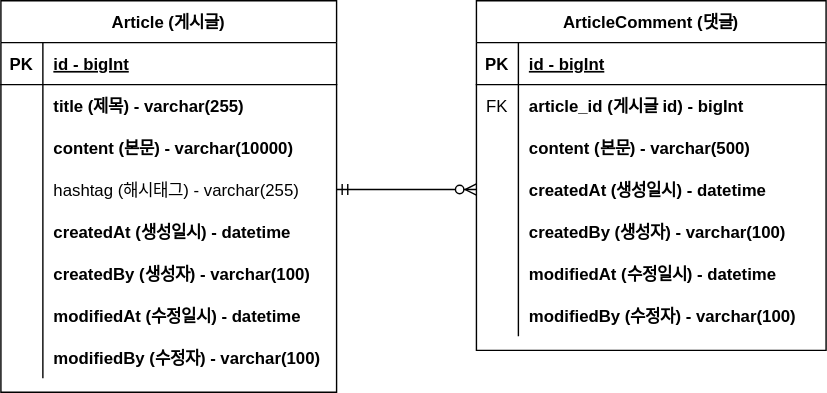
Above: document/project-board-erd.svg in dino-park/study-project-board (draw.io), before the change. Source tidied: cells renumbered, new cells last; positions are measured from the earlier drawing's top-left corner, leaving out a move shared by most shapes.
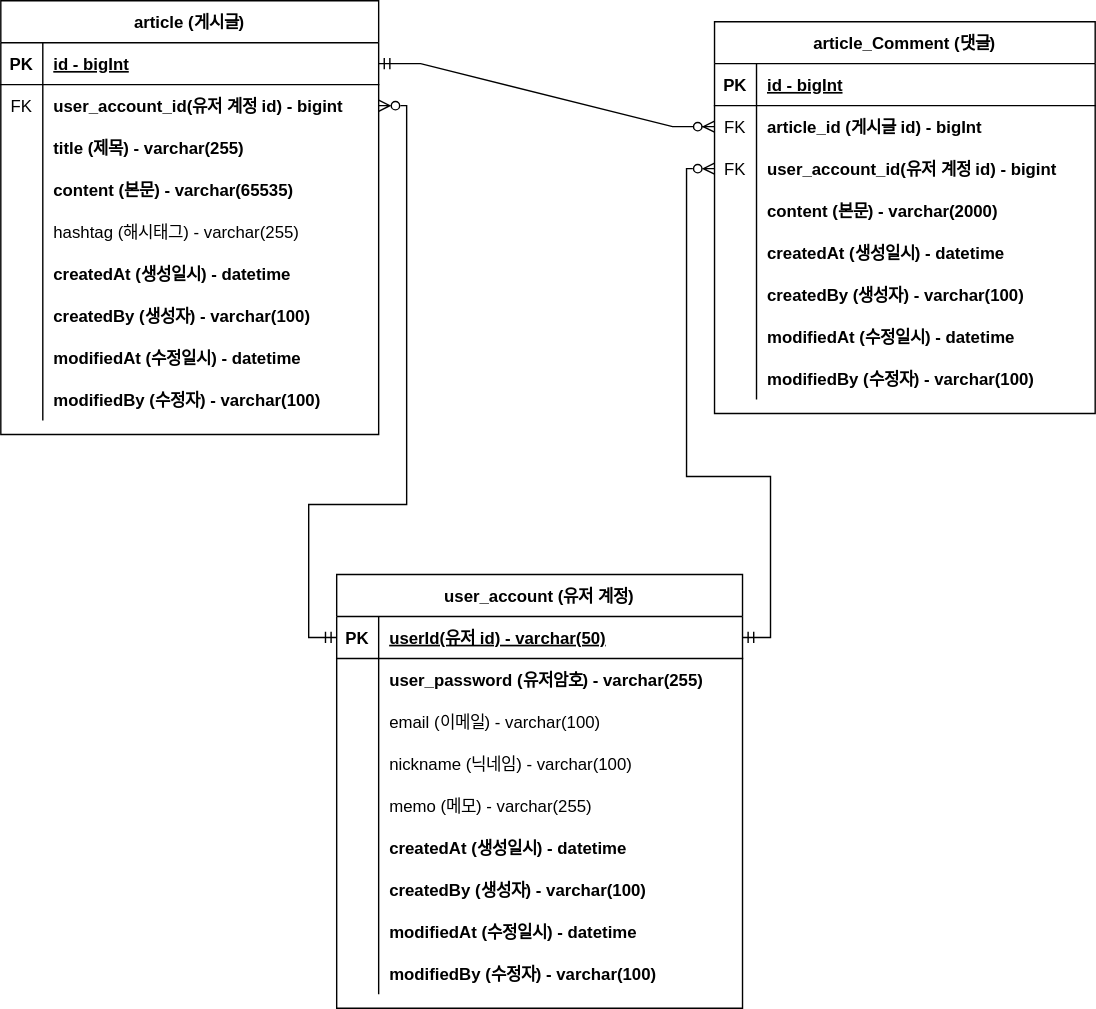
The same file after the commit.

Change to the diagram source:
```diff
@@ -4,7 +4,7 @@
     <mxCell id="1" parent="0" />
-    <mxCell id="2" value="Article (게시글)" style="shape=table;startSize=30;rowLines=0;fontStyle=1;align=center;" parent="1" vertex="1">
-      <mxGeometry width="240" height="280" as="geometry" />
+    <mxCell id="2" value="article (게시글)" style="shape=table;startSize=30;rowLines=0;fontStyle=1;align=center;" parent="1" vertex="1">
+      <mxGeometry width="270" height="310" as="geometry" />
     </mxCell>
     <mxCell id="3" style="shape=partialRectangle;fillColor=none;points=[[0,0.5],[1,0.5]];portConstraint=eastwest;top=0;left=0;right=0;bottom=1;" parent="2" vertex="1">
-      <mxGeometry y="30" width="240" height="30" as="geometry" />
+      <mxGeometry y="30" width="270" height="30" as="geometry" />
     </mxCell>
@@ -14,6 +14,15 @@
     <mxCell id="5" value="id - bigInt" style="shape=partialRectangle;overflow=hidden;fillColor=none;top=0;left=0;bottom=0;right=0;align=left;spacingLeft=6;fontStyle=5;" parent="3" vertex="1">
-      <mxGeometry x="30" width="210" height="30" as="geometry" />
+      <mxGeometry x="30" width="240" height="30" as="geometry" />
     </mxCell>
+    <mxCell id="50" style="shape=partialRectangle;fillColor=none;points=[[0,0.5],[1,0.5]];portConstraint=eastwest;top=0;left=0;right=0;bottom=0;" parent="2" vertex="1">
+      <mxGeometry y="60" width="270" height="30" as="geometry" />
+    </mxCell>
+    <mxCell id="51" value="FK" style="shape=partialRectangle;overflow=hidden;fillColor=none;top=0;left=0;bottom=0;right=0;" parent="50" vertex="1">
+      <mxGeometry width="30" height="30" as="geometry" />
+    </mxCell>
+    <mxCell id="52" value="user_account_id(유저 계정 id) - bigint" style="shape=partialRectangle;overflow=hidden;fillColor=none;top=0;left=0;bottom=0;right=0;align=left;spacingLeft=6;fontStyle=1;" parent="50" vertex="1">
+      <mxGeometry x="30" width="240" height="30" as="geometry" />
+    </mxCell>
     <mxCell id="6" style="shape=partialRectangle;fillColor=none;top=0;left=0;right=0;bottom=0;" parent="2" vertex="1">
-      <mxGeometry y="60" width="240" height="30" as="geometry" />
+      <mxGeometry y="90" width="270" height="30" as="geometry" />
     </mxCell>
@@ -23,6 +32,6 @@
     <mxCell id="8" value="title (제목) - varchar(255)" style="shape=partialRectangle;overflow=hidden;fillColor=none;top=0;left=0;bottom=0;right=0;align=left;spacingLeft=6;fontStyle=1;" parent="6" vertex="1">
-      <mxGeometry x="30" width="210" height="30" as="geometry" />
+      <mxGeometry x="30" width="240" height="30" as="geometry" />
     </mxCell>
     <mxCell id="9" style="shape=partialRectangle;fillColor=none;top=0;left=0;right=0;bottom=0;" parent="2" vertex="1">
-      <mxGeometry y="90" width="240" height="30" as="geometry" />
+      <mxGeometry y="120" width="270" height="30" as="geometry" />
     </mxCell>
@@ -31,7 +40,7 @@
     </mxCell>
-    <mxCell id="11" value="content (본문) - varchar(10000)" style="shape=partialRectangle;overflow=hidden;fillColor=none;top=0;left=0;bottom=0;right=0;align=left;spacingLeft=6;fontStyle=1;" parent="9" vertex="1">
-      <mxGeometry x="30" width="210" height="30" as="geometry" />
+    <mxCell id="11" value="content (본문) - varchar(65535)" style="shape=partialRectangle;overflow=hidden;fillColor=none;top=0;left=0;bottom=0;right=0;align=left;spacingLeft=6;fontStyle=1;" parent="9" vertex="1">
+      <mxGeometry x="30" width="240" height="30" as="geometry" />
     </mxCell>
     <mxCell id="12" style="shape=partialRectangle;fillColor=none;points=[[0,0.5],[1,0.5]];portConstraint=eastwest;top=0;left=0;right=0;bottom=0;" parent="2" vertex="1">
-      <mxGeometry y="120" width="240" height="30" as="geometry" />
+      <mxGeometry y="150" width="270" height="30" as="geometry" />
     </mxCell>
@@ -41,6 +50,6 @@
     <mxCell id="14" value="hashtag (해시태그) - varchar(255)" style="shape=partialRectangle;overflow=hidden;fillColor=none;top=0;left=0;bottom=0;right=0;align=left;spacingLeft=6;" parent="12" vertex="1">
-      <mxGeometry x="30" width="210" height="30" as="geometry" />
+      <mxGeometry x="30" width="240" height="30" as="geometry" />
     </mxCell>
     <mxCell id="15" style="shape=partialRectangle;fillColor=none;top=0;left=0;right=0;bottom=0;" parent="2" vertex="1">
-      <mxGeometry y="150" width="240" height="30" as="geometry" />
+      <mxGeometry y="180" width="270" height="30" as="geometry" />
     </mxCell>
@@ -50,6 +59,6 @@
     <mxCell id="17" value="createdAt (생성일시) - datetime" style="shape=partialRectangle;overflow=hidden;fillColor=none;top=0;left=0;bottom=0;right=0;align=left;spacingLeft=6;fontStyle=1;" parent="15" vertex="1">
-      <mxGeometry x="30" width="210" height="30" as="geometry" />
+      <mxGeometry x="30" width="240" height="30" as="geometry" />
     </mxCell>
     <mxCell id="18" style="shape=partialRectangle;fillColor=none;top=0;left=0;right=0;bottom=0;" parent="2" vertex="1">
-      <mxGeometry y="180" width="240" height="30" as="geometry" />
+      <mxGeometry y="210" width="270" height="30" as="geometry" />
     </mxCell>
@@ -59,6 +68,6 @@
     <mxCell id="20" value="createdBy (생성자) - varchar(100)" style="shape=partialRectangle;overflow=hidden;fillColor=none;top=0;left=0;bottom=0;right=0;align=left;spacingLeft=6;fontStyle=1;" parent="18" vertex="1">
-      <mxGeometry x="30" width="210" height="30" as="geometry" />
+      <mxGeometry x="30" width="240" height="30" as="geometry" />
     </mxCell>
     <mxCell id="21" style="shape=partialRectangle;fillColor=none;top=0;left=0;right=0;bottom=0;" parent="2" vertex="1">
-      <mxGeometry y="210" width="240" height="30" as="geometry" />
+      <mxGeometry y="240" width="270" height="30" as="geometry" />
     </mxCell>
@@ -68,6 +77,6 @@
     <mxCell id="23" value="modifiedAt (수정일시) - datetime" style="shape=partialRectangle;overflow=hidden;fillColor=none;top=0;left=0;bottom=0;right=0;align=left;spacingLeft=6;fontStyle=1;" parent="21" vertex="1">
-      <mxGeometry x="30" width="210" height="30" as="geometry" />
+      <mxGeometry x="30" width="240" height="30" as="geometry" />
     </mxCell>
     <mxCell id="24" style="shape=partialRectangle;fillColor=none;top=0;left=0;right=0;bottom=0;" parent="2" vertex="1">
-      <mxGeometry y="240" width="240" height="30" as="geometry" />
+      <mxGeometry y="270" width="270" height="30" as="geometry" />
     </mxCell>
@@ -77,9 +86,9 @@
     <mxCell id="26" value="modifiedBy (수정자) - varchar(100)" style="shape=partialRectangle;overflow=hidden;fillColor=none;top=0;left=0;bottom=0;right=0;align=left;spacingLeft=6;fontStyle=1;" parent="24" vertex="1">
-      <mxGeometry x="30" width="210" height="30" as="geometry" />
+      <mxGeometry x="30" width="240" height="30" as="geometry" />
     </mxCell>
-    <mxCell id="27" value="ArticleComment (댓글)" style="shape=table;startSize=30;rowLines=0;fontStyle=1;align=center;" parent="1" vertex="1">
-      <mxGeometry x="340" width="250" height="250" as="geometry" />
+    <mxCell id="27" value="article_Comment (댓글)" style="shape=table;startSize=30;rowLines=0;fontStyle=1;align=center;" parent="1" vertex="1">
+      <mxGeometry x="510" y="15" width="272" height="280" as="geometry" />
     </mxCell>
     <mxCell id="28" style="shape=partialRectangle;fillColor=none;top=0;left=0;right=0;bottom=1;" parent="27" vertex="1">
-      <mxGeometry y="30" width="250" height="30" as="geometry" />
+      <mxGeometry y="30" width="272" height="30" as="geometry" />
     </mxCell>
@@ -89,6 +98,6 @@
     <mxCell id="30" value="id - bigInt" style="shape=partialRectangle;overflow=hidden;fillColor=none;top=0;left=0;bottom=0;right=0;align=left;spacingLeft=6;fontStyle=5;" parent="28" vertex="1">
-      <mxGeometry x="30" width="220" height="30" as="geometry" />
+      <mxGeometry x="30" width="242" height="30" as="geometry" />
     </mxCell>
     <mxCell id="31" style="shape=partialRectangle;fillColor=none;points=[[0,0.5],[1,0.5]];portConstraint=eastwest;top=0;left=0;right=0;bottom=0;" parent="27" vertex="1">
-      <mxGeometry y="60" width="250" height="30" as="geometry" />
+      <mxGeometry y="60" width="272" height="30" as="geometry" />
     </mxCell>
@@ -98,6 +107,15 @@
     <mxCell id="33" value="article_id (게시글 id) - bigInt" style="shape=partialRectangle;overflow=hidden;fillColor=none;top=0;left=0;bottom=0;right=0;align=left;spacingLeft=6;fontStyle=1;" parent="31" vertex="1">
-      <mxGeometry x="30" width="220" height="30" as="geometry" />
+      <mxGeometry x="30" width="242" height="30" as="geometry" />
     </mxCell>
+    <mxCell id="53" style="shape=partialRectangle;fillColor=none;points=[[0,0.5],[1,0.5]];portConstraint=eastwest;top=0;left=0;right=0;bottom=0;" parent="27" vertex="1">
+      <mxGeometry y="90" width="272" height="30" as="geometry" />
+    </mxCell>
+    <mxCell id="54" value="FK" style="shape=partialRectangle;overflow=hidden;fillColor=none;top=0;left=0;bottom=0;right=0;" parent="53" vertex="1">
+      <mxGeometry width="30" height="30" as="geometry" />
+    </mxCell>
+    <mxCell id="55" value="user_account_id(유저 계정 id) - bigint" style="shape=partialRectangle;overflow=hidden;fillColor=none;top=0;left=0;bottom=0;right=0;align=left;spacingLeft=6;fontStyle=1;" parent="53" vertex="1">
+      <mxGeometry x="30" width="242" height="30" as="geometry" />
+    </mxCell>
     <mxCell id="34" style="shape=partialRectangle;fillColor=none;top=0;left=0;right=0;bottom=0;" parent="27" vertex="1">
-      <mxGeometry y="90" width="250" height="30" as="geometry" />
+      <mxGeometry y="120" width="272" height="30" as="geometry" />
     </mxCell>
@@ -106,7 +124,7 @@
     </mxCell>
-    <mxCell id="36" value="content (본문) - varchar(500)" style="shape=partialRectangle;overflow=hidden;fillColor=none;top=0;left=0;bottom=0;right=0;align=left;spacingLeft=6;fontStyle=1;" parent="34" vertex="1">
-      <mxGeometry x="30" width="220" height="30" as="geometry" />
+    <mxCell id="36" value="content (본문) - varchar(2000)" style="shape=partialRectangle;overflow=hidden;fillColor=none;top=0;left=0;bottom=0;right=0;align=left;spacingLeft=6;fontStyle=1;" parent="34" vertex="1">
+      <mxGeometry x="30" width="242" height="30" as="geometry" />
     </mxCell>
     <mxCell id="37" style="shape=partialRectangle;fillColor=none;points=[[0,0.5],[1,0.5]];portConstraint=eastwest;top=0;left=0;right=0;bottom=0;" parent="27" vertex="1">
-      <mxGeometry y="120" width="250" height="30" as="geometry" />
+      <mxGeometry y="150" width="272" height="30" as="geometry" />
     </mxCell>
@@ -116,6 +134,6 @@
     <mxCell id="39" value="createdAt (생성일시) - datetime" style="shape=partialRectangle;overflow=hidden;fillColor=none;top=0;left=0;bottom=0;right=0;align=left;spacingLeft=6;fontStyle=1;" parent="37" vertex="1">
-      <mxGeometry x="30" width="220" height="30" as="geometry" />
+      <mxGeometry x="30" width="242" height="30" as="geometry" />
     </mxCell>
     <mxCell id="40" style="shape=partialRectangle;fillColor=none;top=0;left=0;right=0;bottom=0;" parent="27" vertex="1">
-      <mxGeometry y="150" width="250" height="30" as="geometry" />
+      <mxGeometry y="180" width="272" height="30" as="geometry" />
     </mxCell>
@@ -125,6 +143,6 @@
     <mxCell id="42" value="createdBy (생성자) - varchar(100)" style="shape=partialRectangle;overflow=hidden;fillColor=none;top=0;left=0;bottom=0;right=0;align=left;spacingLeft=6;fontStyle=1;" parent="40" vertex="1">
-      <mxGeometry x="30" width="220" height="30" as="geometry" />
+      <mxGeometry x="30" width="242" height="30" as="geometry" />
     </mxCell>
     <mxCell id="43" style="shape=partialRectangle;fillColor=none;top=0;left=0;right=0;bottom=0;" parent="27" vertex="1">
-      <mxGeometry y="180" width="250" height="30" as="geometry" />
+      <mxGeometry y="210" width="272" height="30" as="geometry" />
     </mxCell>
@@ -134,6 +152,6 @@
     <mxCell id="45" value="modifiedAt (수정일시) - datetime" style="shape=partialRectangle;overflow=hidden;fillColor=none;top=0;left=0;bottom=0;right=0;align=left;spacingLeft=6;fontStyle=1;" parent="43" vertex="1">
-      <mxGeometry x="30" width="220" height="30" as="geometry" />
+      <mxGeometry x="30" width="242" height="30" as="geometry" />
     </mxCell>
     <mxCell id="46" style="shape=partialRectangle;fillColor=none;top=0;left=0;right=0;bottom=0;" parent="27" vertex="1">
-      <mxGeometry y="210" width="250" height="30" as="geometry" />
+      <mxGeometry y="240" width="272" height="30" as="geometry" />
     </mxCell>
@@ -143,7 +161,111 @@
     <mxCell id="48" value="modifiedBy (수정자) - varchar(100)" style="shape=partialRectangle;overflow=hidden;fillColor=none;top=0;left=0;bottom=0;right=0;align=left;spacingLeft=6;fontStyle=1;" parent="46" vertex="1">
-      <mxGeometry x="30" width="220" height="30" as="geometry" />
+      <mxGeometry x="30" width="242" height="30" as="geometry" />
     </mxCell>
-    <mxCell id="49" style="edgeStyle=entityRelationEdgeStyle;fontSize=12;html=1;endArrow=ERzeroToMany;startArrow=ERmandOne;rounded=0;exitX=1;exitY=0.5;exitDx=0;exitDy=0;entryX=0;entryY=0.5;entryDx=0;entryDy=0;" parent="1" edge="1" source="12" target="37">
+    <mxCell id="49" style="edgeStyle=entityRelationEdgeStyle;fontSize=12;html=1;endArrow=ERzeroToMany;startArrow=ERmandOne;rounded=0;exitX=1;exitY=0.5;exitDx=0;exitDy=0;entryX=0;entryY=0.5;entryDx=0;entryDy=0;" parent="1" edge="1" source="3" target="31">
       <mxGeometry relative="1" as="geometry" />
     </mxCell>
+    <mxCell id="56" value="user_account (유저 계정)" style="shape=table;startSize=30;rowLines=0;fontStyle=1;align=center;" parent="1" vertex="1">
+      <mxGeometry x="240" y="410" width="290" height="310" as="geometry" />
+    </mxCell>
+    <mxCell id="57" style="shape=partialRectangle;fillColor=none;points=[[0,0.5],[1,0.5]];portConstraint=eastwest;top=0;left=0;right=0;bottom=1;" parent="56" vertex="1">
+      <mxGeometry y="30" width="290" height="30" as="geometry" />
+    </mxCell>
+    <mxCell id="58" value="PK" style="shape=partialRectangle;overflow=hidden;fillColor=none;top=0;left=0;bottom=0;right=0;fontStyle=1;" parent="57" vertex="1">
+      <mxGeometry width="30" height="30" as="geometry" />
+    </mxCell>
+    <mxCell id="59" value="userId(유저 id) - varchar(50)" style="shape=partialRectangle;overflow=hidden;fillColor=none;top=0;left=0;bottom=0;right=0;align=left;spacingLeft=6;fontStyle=5;" parent="57" vertex="1">
+      <mxGeometry x="30" width="260" height="30" as="geometry" />
+    </mxCell>
+    <mxCell id="60" style="shape=partialRectangle;fillColor=none;top=0;left=0;right=0;bottom=0;" parent="56" vertex="1">
+      <mxGeometry y="60" width="290" height="30" as="geometry" />
+    </mxCell>
+    <mxCell id="61" style="shape=partialRectangle;overflow=hidden;fillColor=none;top=0;left=0;bottom=0;right=0;" parent="60" vertex="1">
+      <mxGeometry width="30" height="30" as="geometry" />
+    </mxCell>
+    <mxCell id="62" value="user_password (유저암호) - varchar(255)" style="shape=partialRectangle;overflow=hidden;fillColor=none;top=0;left=0;bottom=0;right=0;align=left;spacingLeft=6;fontStyle=1;" parent="60" vertex="1">
+      <mxGeometry x="30" width="260" height="30" as="geometry" />
+    </mxCell>
+    <mxCell id="63" style="shape=partialRectangle;fillColor=none;top=0;left=0;right=0;bottom=0;" parent="56" vertex="1">
+      <mxGeometry y="90" width="290" height="30" as="geometry" />
+    </mxCell>
+    <mxCell id="64" style="shape=partialRectangle;overflow=hidden;fillColor=none;top=0;left=0;bottom=0;right=0;" parent="63" vertex="1">
+      <mxGeometry width="30" height="30" as="geometry" />
+    </mxCell>
+    <mxCell id="65" value="email (이메일) - varchar(100)" style="shape=partialRectangle;overflow=hidden;fillColor=none;top=0;left=0;bottom=0;right=0;align=left;spacingLeft=6;fontStyle=0;" parent="63" vertex="1">
+      <mxGeometry x="30" width="260" height="30" as="geometry" />
+    </mxCell>
+    <mxCell id="66" style="shape=partialRectangle;fillColor=none;top=0;left=0;right=0;bottom=0;" parent="56" vertex="1">
+      <mxGeometry y="120" width="290" height="30" as="geometry" />
+    </mxCell>
+    <mxCell id="67" style="shape=partialRectangle;overflow=hidden;fillColor=none;top=0;left=0;bottom=0;right=0;" parent="66" vertex="1">
+      <mxGeometry width="30" height="30" as="geometry" />
+    </mxCell>
+    <mxCell id="68" value="nickname (닉네임) - varchar(100)" style="shape=partialRectangle;overflow=hidden;fillColor=none;top=0;left=0;bottom=0;right=0;align=left;spacingLeft=6;fontStyle=0;" parent="66" vertex="1">
+      <mxGeometry x="30" width="260" height="30" as="geometry" />
+    </mxCell>
+    <mxCell id="69" style="shape=partialRectangle;fillColor=none;top=0;left=0;right=0;bottom=0;" parent="56" vertex="1">
+      <mxGeometry y="150" width="290" height="30" as="geometry" />
+    </mxCell>
+    <mxCell id="70" style="shape=partialRectangle;overflow=hidden;fillColor=none;top=0;left=0;bottom=0;right=0;" parent="69" vertex="1">
+      <mxGeometry width="30" height="30" as="geometry" />
+    </mxCell>
+    <mxCell id="71" value="memo (메모) - varchar(255)" style="shape=partialRectangle;overflow=hidden;fillColor=none;top=0;left=0;bottom=0;right=0;align=left;spacingLeft=6;" parent="69" vertex="1">
+      <mxGeometry x="30" width="260" height="30" as="geometry" />
+    </mxCell>
+    <mxCell id="72" style="shape=partialRectangle;fillColor=none;top=0;left=0;right=0;bottom=0;" parent="56" vertex="1">
+      <mxGeometry y="180" width="290" height="30" as="geometry" />
+    </mxCell>
+    <mxCell id="73" style="shape=partialRectangle;overflow=hidden;fillColor=none;top=0;left=0;bottom=0;right=0;" parent="72" vertex="1">
+      <mxGeometry width="30" height="30" as="geometry" />
+    </mxCell>
+    <mxCell id="74" value="createdAt (생성일시) - datetime" style="shape=partialRectangle;overflow=hidden;fillColor=none;top=0;left=0;bottom=0;right=0;align=left;spacingLeft=6;fontStyle=1;" parent="72" vertex="1">
+      <mxGeometry x="30" width="260" height="30" as="geometry" />
+    </mxCell>
+    <mxCell id="75" style="shape=partialRectangle;fillColor=none;top=0;left=0;right=0;bottom=0;" parent="56" vertex="1">
+      <mxGeometry y="210" width="290" height="30" as="geometry" />
+    </mxCell>
+    <mxCell id="76" value="                    " style="shape=partialRectangle;overflow=hidden;fillColor=none;top=0;left=0;bottom=0;right=0;" parent="75" vertex="1">
+      <mxGeometry width="30" height="30" as="geometry" />
+    </mxCell>
+    <mxCell id="77" value="createdBy (생성자) - varchar(100)" style="shape=partialRectangle;overflow=hidden;fillColor=none;top=0;left=0;bottom=0;right=0;align=left;spacingLeft=6;fontStyle=1;" parent="75" vertex="1">
+      <mxGeometry x="30" width="260" height="30" as="geometry" />
+    </mxCell>
+    <mxCell id="78" style="shape=partialRectangle;fillColor=none;top=0;left=0;right=0;bottom=0;" parent="56" vertex="1">
+      <mxGeometry y="240" width="290" height="30" as="geometry" />
+    </mxCell>
+    <mxCell id="79" value="                    " style="shape=partialRectangle;overflow=hidden;fillColor=none;top=0;left=0;bottom=0;right=0;" parent="78" vertex="1">
+      <mxGeometry width="30" height="30" as="geometry" />
+    </mxCell>
+    <mxCell id="80" value="modifiedAt (수정일시) - datetime" style="shape=partialRectangle;overflow=hidden;fillColor=none;top=0;left=0;bottom=0;right=0;align=left;spacingLeft=6;fontStyle=1;" parent="78" vertex="1">
+      <mxGeometry x="30" width="260" height="30" as="geometry" />
+    </mxCell>
+    <mxCell id="81" style="shape=partialRectangle;fillColor=none;top=0;left=0;right=0;bottom=0;" parent="56" vertex="1">
+      <mxGeometry y="270" width="290" height="30" as="geometry" />
+    </mxCell>
+    <mxCell id="82" value="                    " style="shape=partialRectangle;overflow=hidden;fillColor=none;top=0;left=0;bottom=0;right=0;" parent="81" vertex="1">
+      <mxGeometry width="30" height="30" as="geometry" />
+    </mxCell>
+    <mxCell id="83" value="modifiedBy (수정자) - varchar(100)" style="shape=partialRectangle;overflow=hidden;fillColor=none;top=0;left=0;bottom=0;right=0;align=left;spacingLeft=6;fontStyle=1;" parent="81" vertex="1">
+      <mxGeometry x="30" width="260" height="30" as="geometry" />
+    </mxCell>
+    <mxCell id="84" style="edgeStyle=orthogonalEdgeStyle;rounded=0;jettySize=auto;html=1;exitX=1;exitY=0.5;exitDx=0;exitDy=0;entryX=0;entryY=0.5;entryDx=0;entryDy=0;startArrow=ERzeroToMany;startFill=0;endArrow=ERmandOne;endFill=0;" parent="1" edge="1" source="50" target="57">
+      <mxGeometry relative="1" as="geometry">
+        <Array as="points">
+          <mxPoint x="290" y="75" />
+          <mxPoint x="290" y="360" />
+          <mxPoint x="220" y="360" />
+          <mxPoint x="220" y="455" />
+        </Array>
+      </mxGeometry>
+    </mxCell>
+    <mxCell id="85" style="edgeStyle=orthogonalEdgeStyle;rounded=0;jettySize=auto;html=1;exitX=0;exitY=0.5;exitDx=0;exitDy=0;entryX=1;entryY=0.5;entryDx=0;entryDy=0;startArrow=ERzeroToMany;startFill=0;endArrow=ERmandOne;endFill=0;" parent="1" edge="1" source="53" target="57">
+      <mxGeometry relative="1" as="geometry">
+        <Array as="points">
+          <mxPoint x="490" y="120" />
+          <mxPoint x="490" y="340" />
+          <mxPoint x="550" y="340" />
+          <mxPoint x="550" y="455" />
+        </Array>
+      </mxGeometry>
+    </mxCell>
   </root>
```
